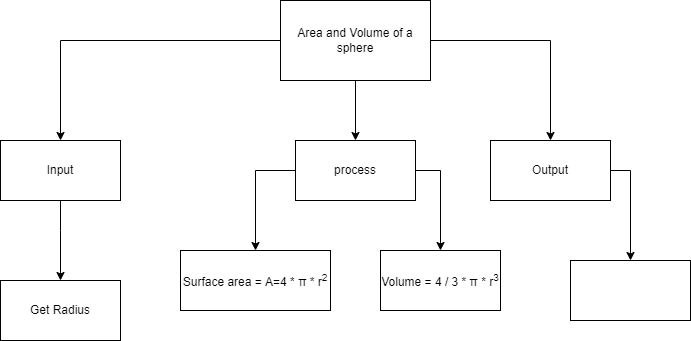
maliksalem1/ICS3U-Assignment2-Python keeps this draw.io diagram as top_down.png. Above is the earlier version. Source tidied: cells renumbered, new cells last; positions are measured from the earlier drawing's top-left corner, leaving out a move shared by most shapes. The source it was exported from:
```xml
<mxGraphModel>
  <root>
    <mxCell id="0" />
    <mxCell id="1" parent="0" />
    <mxCell id="2" style="edgeStyle=none;html=1;entryX=0.5;entryY=0;entryDx=0;entryDy=0;fontFamily=Helvetica;fontSize=12;fontColor=#000000;rounded=0;strokeColor=#000000;" parent="1" edge="1" source="5" target="10">
      <mxGeometry relative="1" as="geometry" />
    </mxCell>
    <mxCell id="3" style="edgeStyle=none;shape=connector;rounded=0;html=1;entryX=0.5;entryY=0;entryDx=0;entryDy=0;labelBackgroundColor=default;fontFamily=Helvetica;fontSize=12;fontColor=#000000;endArrow=classic;strokeColor=#000000;" parent="1" edge="1" source="5" target="12">
      <mxGeometry relative="1" as="geometry">
        <Array as="points">
          <mxPoint x="550" y="40" />
        </Array>
      </mxGeometry>
    </mxCell>
    <mxCell id="4" style="edgeStyle=none;shape=connector;rounded=0;html=1;entryX=0.5;entryY=0;entryDx=0;entryDy=0;labelBackgroundColor=default;fontFamily=Helvetica;fontSize=12;fontColor=#000000;endArrow=classic;strokeColor=#000000;" parent="1" edge="1" source="5" target="7">
      <mxGeometry relative="1" as="geometry">
        <Array as="points">
          <mxPoint x="60" y="40" />
        </Array>
      </mxGeometry>
    </mxCell>
    <mxCell id="5" value="&lt;font color=&quot;#000000&quot;&gt;Area and Volume of a sphere&lt;/font&gt;" style="rounded=0;whiteSpace=wrap;html=1;fillColor=#FFFFFF;" parent="1" vertex="1">
      <mxGeometry x="280" width="150" height="80" as="geometry" />
    </mxCell>
    <mxCell id="6" style="edgeStyle=none;shape=connector;rounded=0;html=1;entryX=0.5;entryY=0;entryDx=0;entryDy=0;labelBackgroundColor=default;fontFamily=Helvetica;fontSize=12;fontColor=#000000;endArrow=classic;strokeColor=#000000;" parent="1" edge="1" source="7" target="13">
      <mxGeometry relative="1" as="geometry">
        <Array as="points">
          <mxPoint x="60" y="230" />
        </Array>
      </mxGeometry>
    </mxCell>
    <mxCell id="7" value="Input" style="rounded=0;whiteSpace=wrap;html=1;fontFamily=Helvetica;fontSize=12;fontColor=#000000;strokeColor=default;fillColor=#FFFFFF;" parent="1" vertex="1">
      <mxGeometry y="140" width="120" height="60" as="geometry" />
    </mxCell>
    <mxCell id="8" style="edgeStyle=none;shape=connector;rounded=0;html=1;entryX=0.5;entryY=0;entryDx=0;entryDy=0;labelBackgroundColor=default;fontFamily=Helvetica;fontSize=12;fontColor=#000000;endArrow=classic;strokeColor=#000000;" parent="1" edge="1" source="10" target="15">
      <mxGeometry relative="1" as="geometry">
        <Array as="points">
          <mxPoint x="440" y="170" />
        </Array>
      </mxGeometry>
    </mxCell>
    <mxCell id="9" style="edgeStyle=none;shape=connector;rounded=0;html=1;entryX=0.5;entryY=0;entryDx=0;entryDy=0;labelBackgroundColor=default;fontFamily=Helvetica;fontSize=12;fontColor=#000000;endArrow=classic;strokeColor=#000000;" parent="1" edge="1" source="10" target="14">
      <mxGeometry relative="1" as="geometry">
        <Array as="points">
          <mxPoint x="255" y="170" />
        </Array>
      </mxGeometry>
    </mxCell>
    <mxCell id="10" value="process" style="rounded=0;whiteSpace=wrap;html=1;fontFamily=Helvetica;fontSize=12;fontColor=#000000;strokeColor=default;fillColor=#FFFFFF;" parent="1" vertex="1">
      <mxGeometry x="295" y="140" width="120" height="60" as="geometry" />
    </mxCell>
    <mxCell id="11" style="edgeStyle=none;shape=connector;rounded=0;html=1;entryX=0.5;entryY=0;entryDx=0;entryDy=0;labelBackgroundColor=default;fontFamily=Helvetica;fontSize=12;fontColor=#000000;endArrow=classic;strokeColor=#000000;" parent="1" edge="1" source="12" target="16">
      <mxGeometry relative="1" as="geometry">
        <Array as="points">
          <mxPoint x="630" y="170" />
        </Array>
      </mxGeometry>
    </mxCell>
    <mxCell id="12" value="Output" style="rounded=0;whiteSpace=wrap;html=1;fontFamily=Helvetica;fontSize=12;fontColor=#000000;strokeColor=default;fillColor=#FFFFFF;" parent="1" vertex="1">
      <mxGeometry x="490" y="140" width="120" height="60" as="geometry" />
    </mxCell>
    <mxCell id="13" value="Get Radius" style="rounded=0;whiteSpace=wrap;html=1;fontFamily=Helvetica;fontSize=12;fontColor=#000000;strokeColor=default;fillColor=#FFFFFF;" parent="1" vertex="1">
      <mxGeometry y="280" width="120" height="60" as="geometry" />
    </mxCell>
    <mxCell id="14" value="Surface area = A=4 * π * r&lt;sup&gt;2&lt;/sup&gt;" style="rounded=0;whiteSpace=wrap;html=1;fontFamily=Helvetica;fontSize=12;fontColor=#000000;strokeColor=default;fillColor=#FFFFFF;" parent="1" vertex="1">
      <mxGeometry x="180" y="250" width="150" height="60" as="geometry" />
    </mxCell>
    <mxCell id="15" value="Volume = 4 / 3 *&amp;nbsp;π * r&lt;sup&gt;3&lt;/sup&gt;" style="rounded=0;whiteSpace=wrap;html=1;fontFamily=Helvetica;fontSize=12;fontColor=#000000;strokeColor=default;fillColor=#FFFFFF;" parent="1" vertex="1">
      <mxGeometry x="380" y="250" width="120" height="60" as="geometry" />
    </mxCell>
    <mxCell id="16" style="rounded=0;whiteSpace=wrap;html=1;fontFamily=Helvetica;fontSize=12;fontColor=#000000;strokeColor=default;fillColor=#FFFFFF;" parent="1" vertex="1">
      <mxGeometry x="570" y="260" width="120" height="60" as="geometry" />
    </mxCell>
  </root>
</mxGraphModel>
```
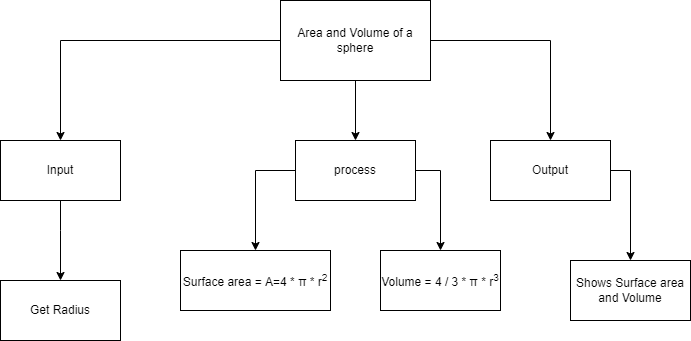
Above is the later version.

Commit message:
top down

Diff of the diagram source:
```diff
@@ -68,7 +68,7 @@
     <mxCell id="15" value="Volume = 4 / 3 *&amp;nbsp;π * r&lt;sup&gt;3&lt;/sup&gt;" style="rounded=0;whiteSpace=wrap;html=1;fontFamily=Helvetica;fontSize=12;fontColor=#000000;strokeColor=default;fillColor=#FFFFFF;" parent="1" vertex="1">
       <mxGeometry x="380" y="250" width="120" height="60" as="geometry" />
     </mxCell>
-    <mxCell id="16" style="rounded=0;whiteSpace=wrap;html=1;fontFamily=Helvetica;fontSize=12;fontColor=#000000;strokeColor=default;fillColor=#FFFFFF;" parent="1" vertex="1">
+    <mxCell id="16" value="Shows Surface area and Volume" style="rounded=0;whiteSpace=wrap;html=1;fontFamily=Helvetica;fontSize=12;fontColor=#000000;strokeColor=default;fillColor=#FFFFFF;" parent="1" vertex="1">
       <mxGeometry x="570" y="260" width="120" height="60" as="geometry" />
     </mxCell>
   </root>
```
